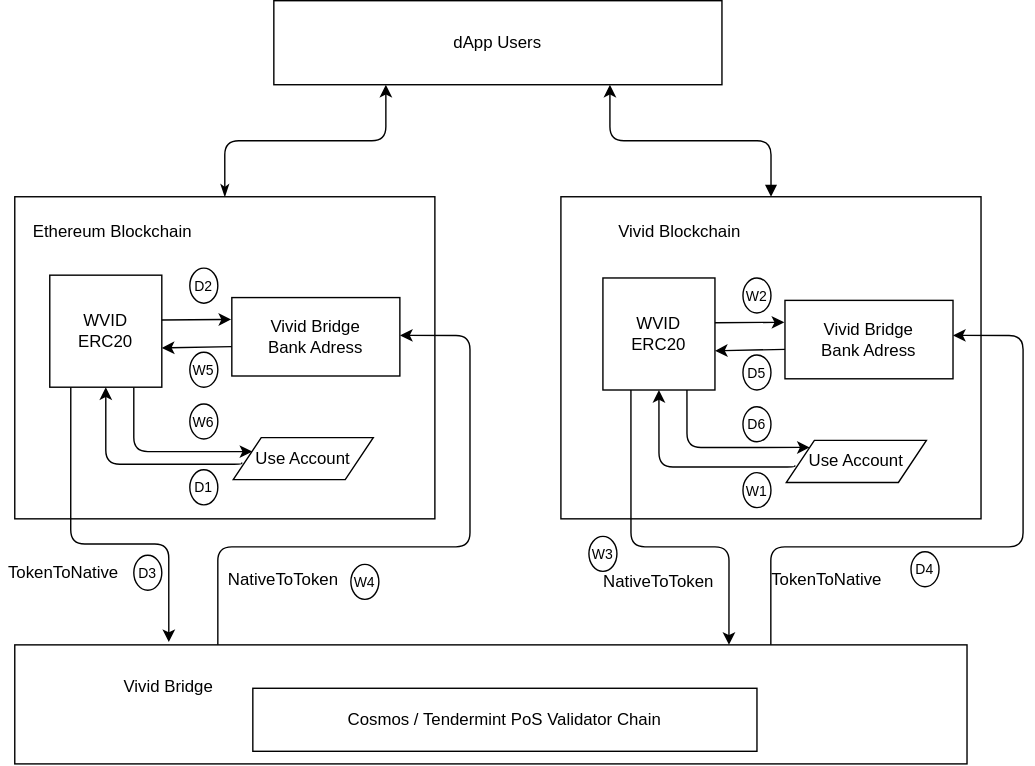
videocoin/vivid-bridge keeps this draw.io diagram as architecture/images/bridge-overview.drawio.svg. Above is the earlier version. Source tidied: cells renumbered, new cells last; positions are measured from the earlier drawing's top-left corner, leaving out a move shared by most shapes.
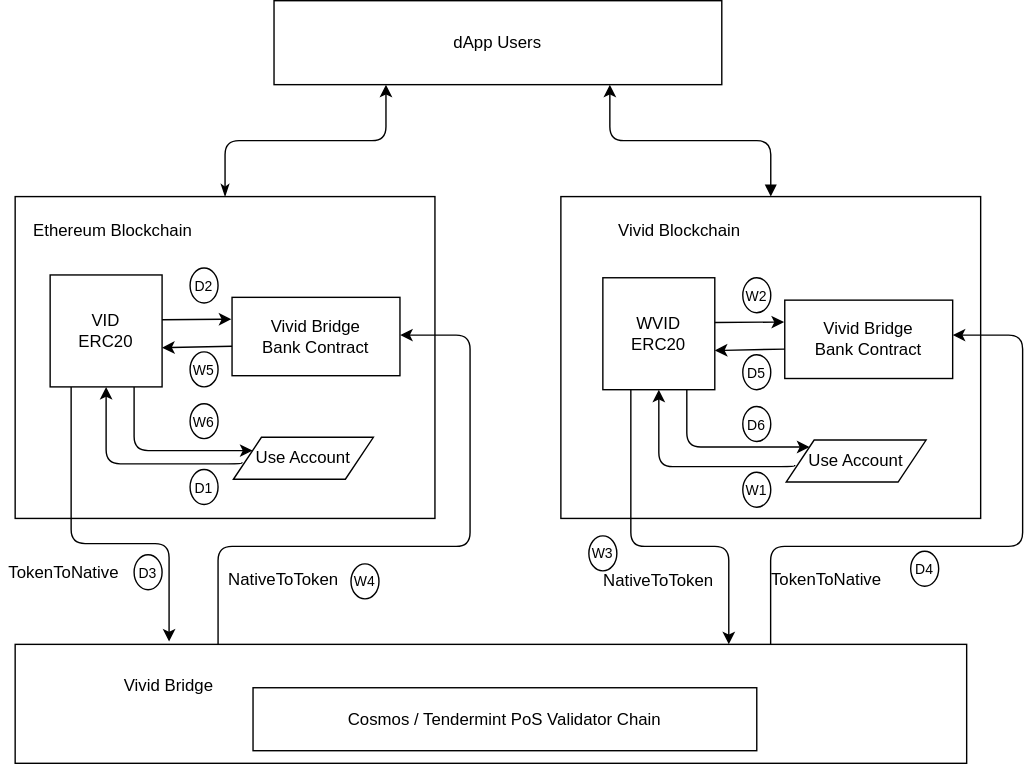
After the change.

Commit message:
Comparision with Polygon PoS bridge added

What changed in the source:
```diff
@@ -57,7 +57,7 @@
         <mxPoint x="510" y="230" as="targetPoint" />
       </mxGeometry>
     </mxCell>
-    <mxCell id="14" value="Vivid Bridge&lt;br&gt;&amp;nbsp;Bank Adress" style="rounded=0;whiteSpace=wrap;html=1;" parent="1" vertex="1">
+    <mxCell id="14" value="Vivid Bridge&lt;br&gt;&amp;nbsp;Bank Contract" style="rounded=0;whiteSpace=wrap;html=1;" parent="1" vertex="1">
       <mxGeometry x="560" y="214" width="120" height="56" as="geometry" />
     </mxCell>
     <mxCell id="15" value="dApp Users" style="rounded=0;whiteSpace=wrap;html=1;" parent="1" vertex="1">
@@ -114,7 +114,7 @@
         </Array>
       </mxGeometry>
     </mxCell>
-    <mxCell id="29" value="WVID &lt;br&gt;ERC20" style="whiteSpace=wrap;html=1;" parent="1" vertex="1">
+    <mxCell id="29" value="VID &lt;br&gt;ERC20" style="whiteSpace=wrap;html=1;" parent="1" vertex="1">
       <mxGeometry x="35" y="196" width="80" height="80" as="geometry" />
     </mxCell>
     <mxCell id="30" style="html=1;fontSize=10;startArrow=classic;startFill=1;endArrow=none;endFill=0;exitX=-0.004;exitY=0.422;exitDx=0;exitDy=0;exitPerimeter=0;" parent="1" edge="1">
@@ -123,7 +123,7 @@
         <mxPoint x="115" y="228" as="targetPoint" />
       </mxGeometry>
     </mxCell>
-    <mxCell id="31" value="Vivid Bridge&lt;br&gt;&amp;nbsp;Bank Adress" style="rounded=0;whiteSpace=wrap;html=1;" parent="1" vertex="1">
+    <mxCell id="31" value="Vivid Bridge&lt;br&gt;&amp;nbsp;Bank Contract" style="rounded=0;whiteSpace=wrap;html=1;" parent="1" vertex="1">
       <mxGeometry x="165" y="212" width="120" height="56" as="geometry" />
     </mxCell>
     <mxCell id="32" value="Use Account" style="shape=parallelogram;perimeter=parallelogramPerimeter;whiteSpace=wrap;html=1;fixedSize=1;" parent="1" vertex="1">
```
